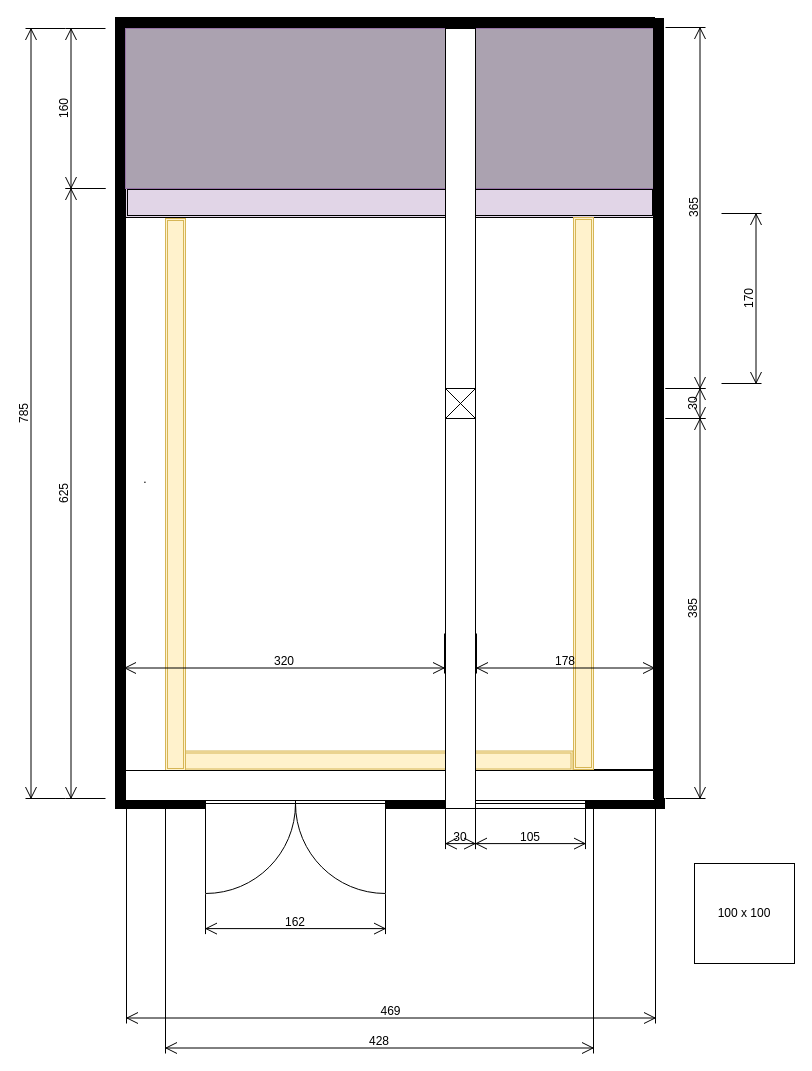
The draw.io diagram atelier.drawio in fckff/drawio, before the edit. Source tidied: cells renumbered, new cells numbered last; positions are measured from the earlier drawing's top-left corner, leaving out a move shared by most shapes. Both pictures are drawn from the tidied source at 100%, with x=0, y=0 at pixel (25, 17).
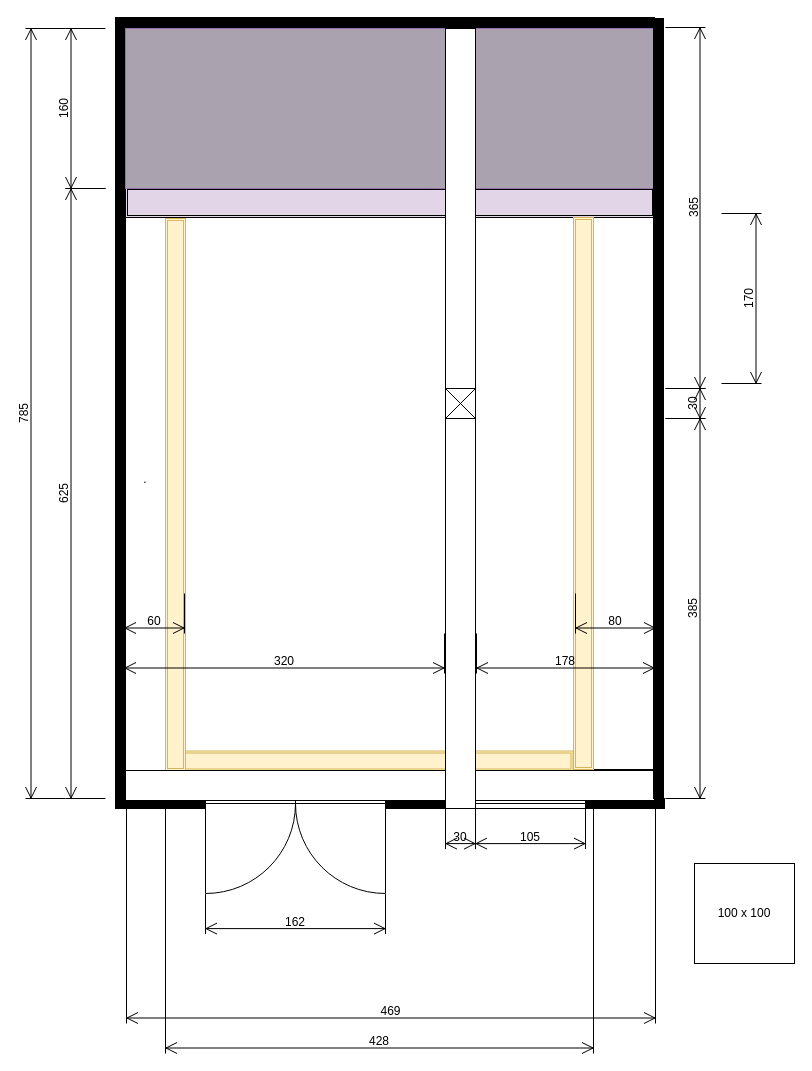
After the change.

The edit, as a diff of the source:
```diff
@@
+    <mxCell id="36" value="60" style="shape=dimension;whiteSpace=wrap;html=1;align=center;verticalAlign=bottom;spacingBottom=3;labelBackgroundColor=none;" parent="1" vertex="1">
+      <mxGeometry x="99" y="576" width="60" height="40" as="geometry" />
+    </mxCell>
+    <mxCell id="37" value="80" style="shape=dimension;whiteSpace=wrap;html=1;align=center;verticalAlign=bottom;spacingBottom=3;labelBackgroundColor=none;" parent="1" vertex="1">
+      <mxGeometry x="550" y="576" width="80" height="40" as="geometry" />
+    </mxCell>
```
